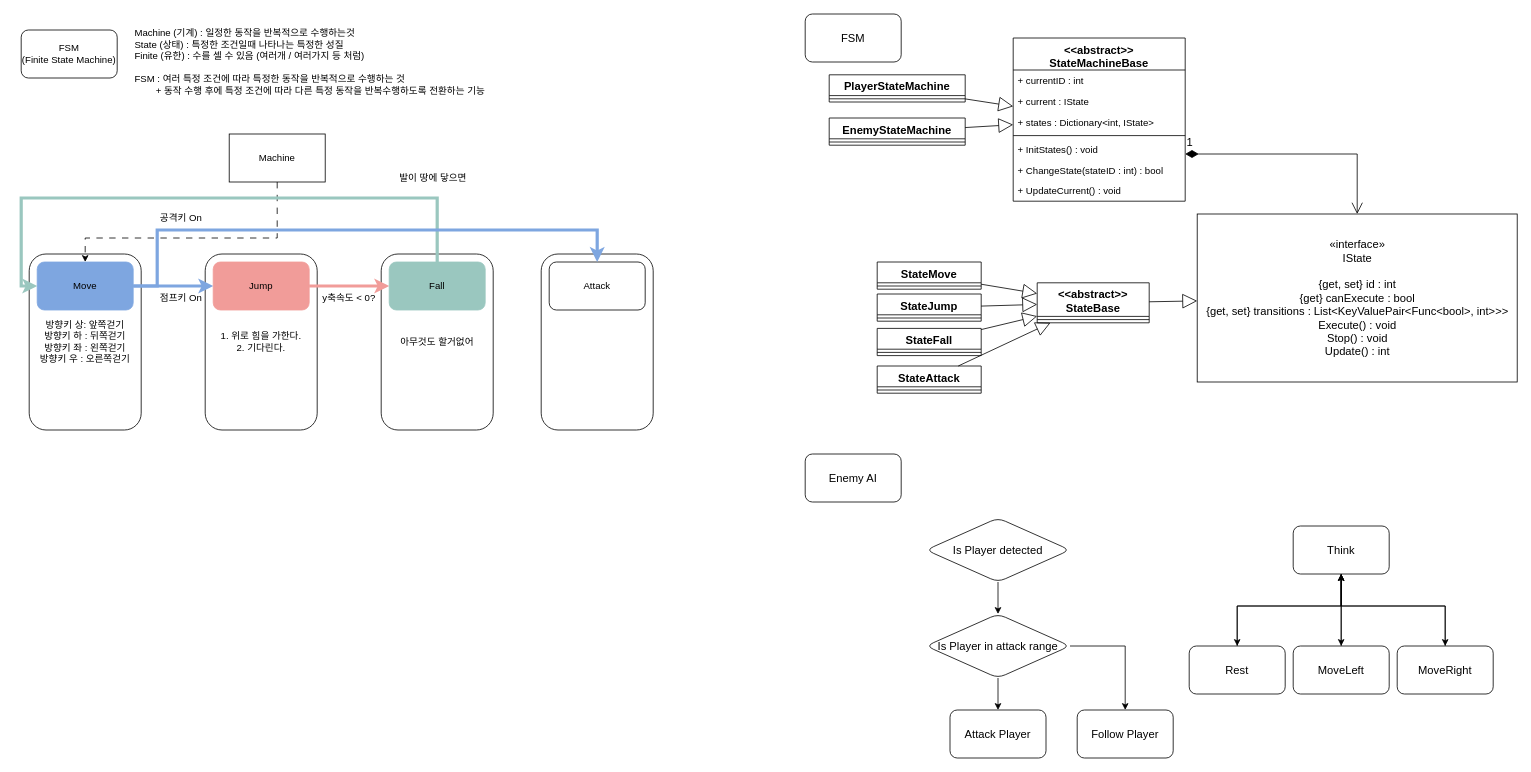
Earlier version of the draw.io diagram Platformer2D/Concept.drawio (luke-youngmin-cho/UnityEngineBasic_6th). Source tidied: cells renumbered, new cells numbered last; positions are measured from the earlier drawing's top-left corner, leaving out a move shared by most shapes. Both pictures are drawn from the tidied source at 80%, with x=0, y=0 at pixel (21, 14).
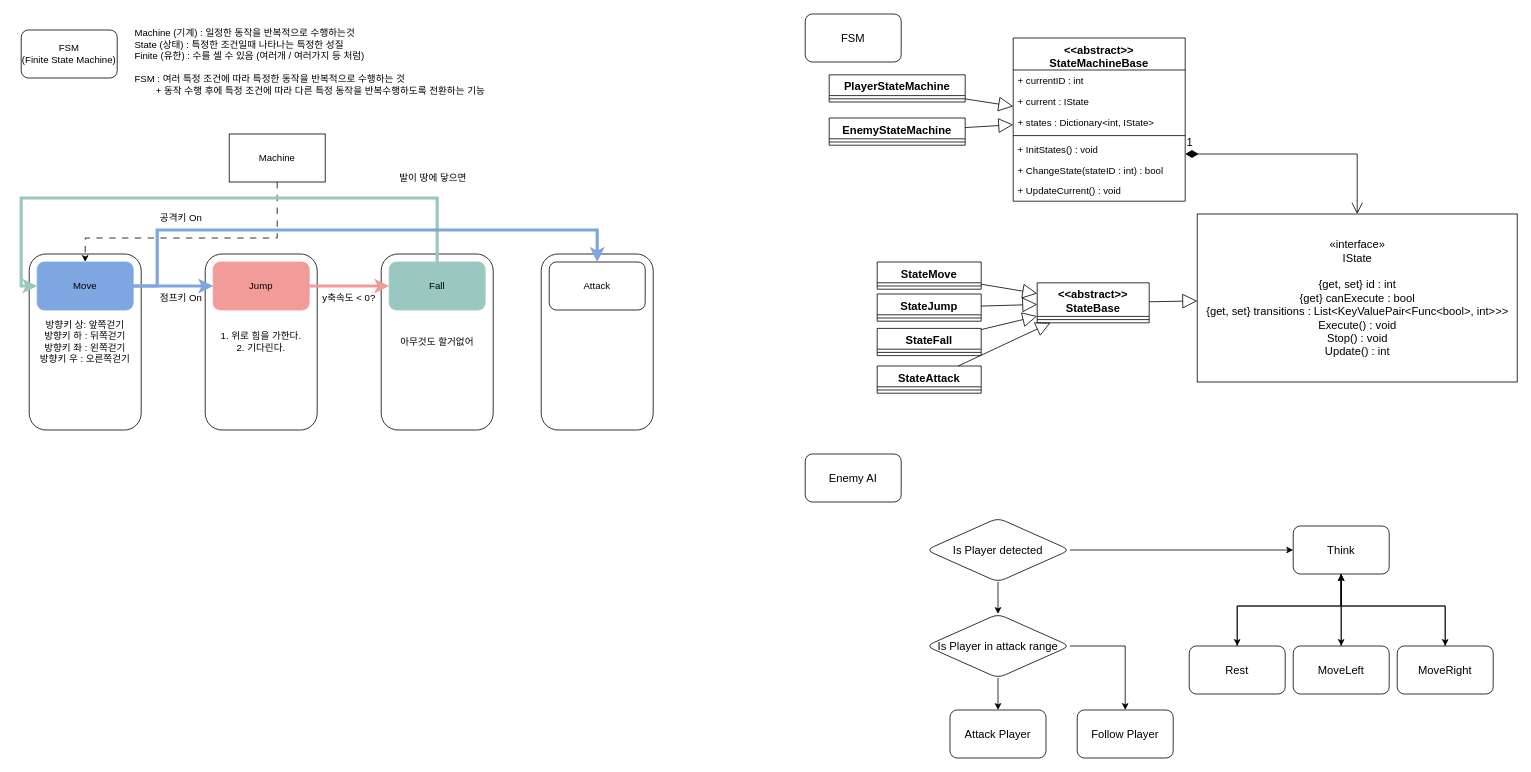
The same diagram, later.

The change refers to these unchanged cells:
```xml
<mxCell id="56" value="Is Player detected" style="rhombus;whiteSpace=wrap;html=1;fontSize=14;rounded=1;" parent="1" vertex="1">
  <mxGeometry x="1131" y="630" width="180" height="80" as="geometry" />
</mxCell>
<mxCell id="60" value="Think" style="rounded=1;whiteSpace=wrap;html=1;fontSize=14;" parent="1" vertex="1">
  <mxGeometry x="1590" y="640" width="120" height="60" as="geometry" />
</mxCell>
```

The edit, as a diff of the source:
```diff
@@
+    <mxCell id="72" style="edgeStyle=orthogonalEdgeStyle;rounded=0;jettySize=auto;html=1;entryX=0;entryY=0.5;entryDx=0;entryDy=0;" parent="1" edge="1" source="56" target="60">
+      <mxGeometry relative="1" as="geometry" />
+    </mxCell>
```
